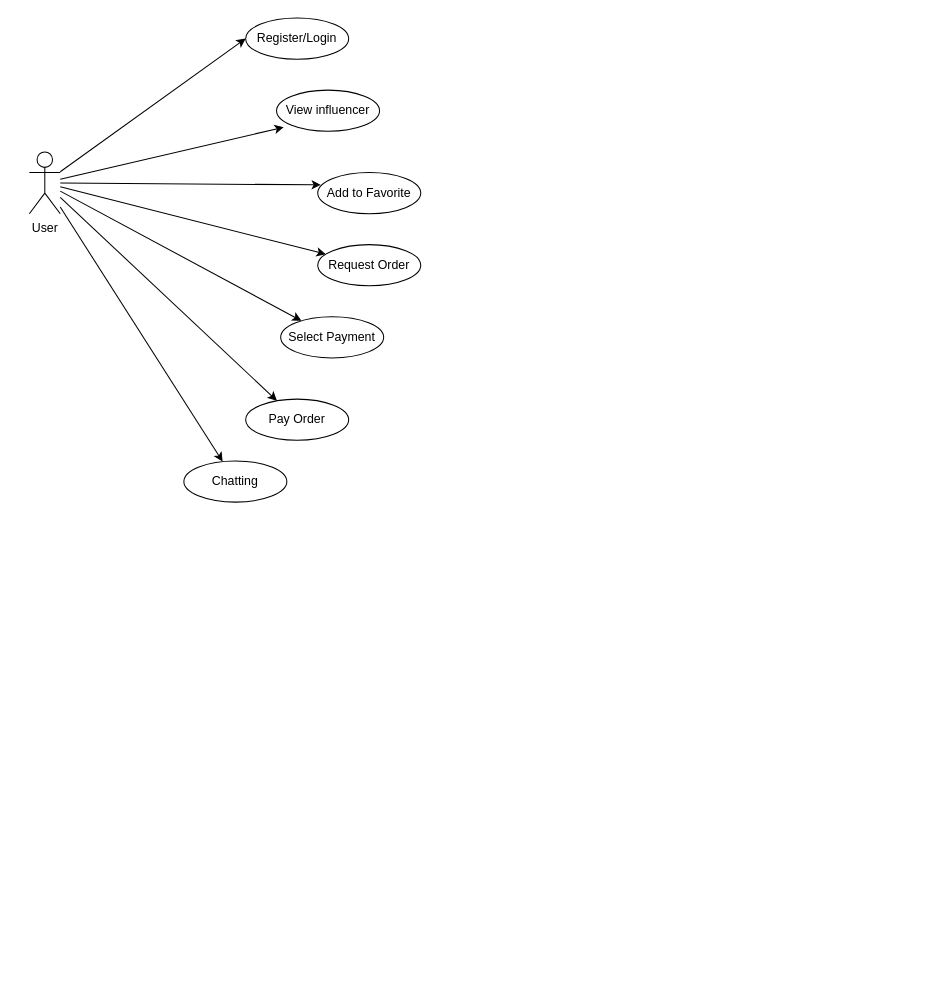
MohamedAhmed122/20-Validation-form keeps this draw.io diagram as Untitled Diagram.drawio. Above is the earlier version. Source tidied: cells renumbered, new cells numbered last; positions are measured from the earlier drawing's top-left corner, leaving out a move shared by most shapes. Both pictures are drawn from the tidied source at 103%, with x=0, y=0 at pixel (29, 18).
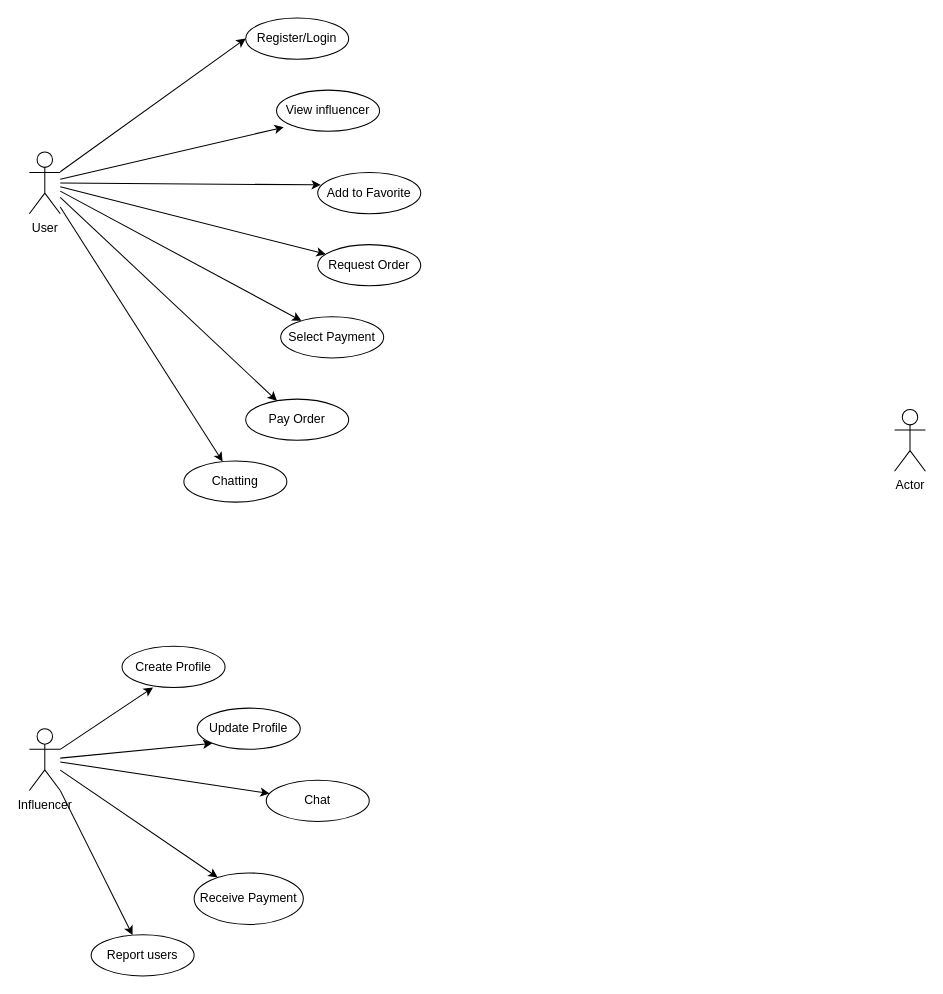
Above is the later version.

What changed in the source:
```diff
@@
+    <mxCell id="17" style="edgeStyle=none;rounded=0;jettySize=auto;html=1;" parent="1" edge="1" source="22">
+      <mxGeometry relative="1" as="geometry">
+        <mxPoint x="120" y="650" as="targetPoint" />
+      </mxGeometry>
+    </mxCell>
+    <mxCell id="18" style="edgeStyle=none;rounded=0;jettySize=auto;html=1;entryX=0;entryY=1;entryDx=0;entryDy=0;" parent="1" edge="1" source="22" target="24">
+      <mxGeometry relative="1" as="geometry" />
+    </mxCell>
+    <mxCell id="19" style="edgeStyle=none;rounded=0;jettySize=auto;html=1;" parent="1" edge="1" source="22" target="25">
+      <mxGeometry relative="1" as="geometry" />
+    </mxCell>
+    <mxCell id="20" style="edgeStyle=none;rounded=0;jettySize=auto;html=1;" parent="1" edge="1" source="22" target="26">
+      <mxGeometry relative="1" as="geometry" />
+    </mxCell>
+    <mxCell id="21" style="edgeStyle=none;rounded=0;jettySize=auto;html=1;" parent="1" edge="1" source="22" target="27">
+      <mxGeometry relative="1" as="geometry" />
+    </mxCell>
+    <mxCell id="22" value="Influencer" style="shape=umlActor;verticalLabelPosition=bottom;verticalAlign=top;html=1;outlineConnect=0;" parent="1" vertex="1">
+      <mxGeometry y="690" width="30" height="60" as="geometry" />
+    </mxCell>
+    <mxCell id="23" value="Create Profile" style="ellipse;whiteSpace=wrap;html=1;align=center;" parent="1" vertex="1">
+      <mxGeometry x="90" y="610" width="100" height="40" as="geometry" />
+    </mxCell>
+    <mxCell id="24" value="Update Profile" style="ellipse;whiteSpace=wrap;html=1;align=center;" parent="1" vertex="1">
+      <mxGeometry x="163" y="670" width="100" height="40" as="geometry" />
+    </mxCell>
+    <mxCell id="25" value="Chat" style="ellipse;whiteSpace=wrap;html=1;align=center;" parent="1" vertex="1">
+      <mxGeometry x="230" y="740" width="100" height="40" as="geometry" />
+    </mxCell>
+    <mxCell id="26" value="Receive Payment" style="ellipse;whiteSpace=wrap;html=1;align=center;" parent="1" vertex="1">
+      <mxGeometry x="160" y="830" width="106" height="50" as="geometry" />
+    </mxCell>
+    <mxCell id="27" value="Report users" style="ellipse;whiteSpace=wrap;html=1;align=center;" parent="1" vertex="1">
+      <mxGeometry x="60" y="890" width="100" height="40" as="geometry" />
+    </mxCell>
+    <mxCell id="28" value="Actor" style="shape=umlActor;verticalLabelPosition=bottom;verticalAlign=top;html=1;" parent="1" vertex="1">
+      <mxGeometry x="840" y="380" width="30" height="60" as="geometry" />
+    </mxCell>
```
